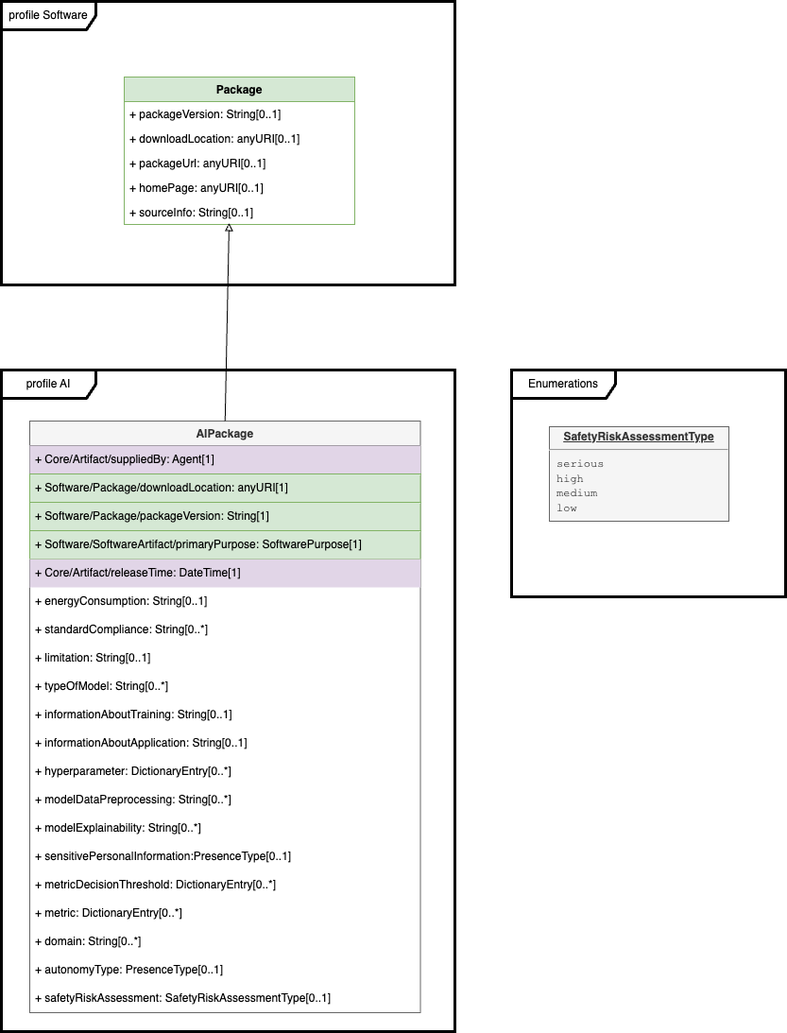
Above: model AI.png in spdx/spdx-3-model (draw.io), before the change. Source tidied: cells renumbered, new cells last; positions are measured from the earlier drawing's top-left corner, leaving out a move shared by most shapes.
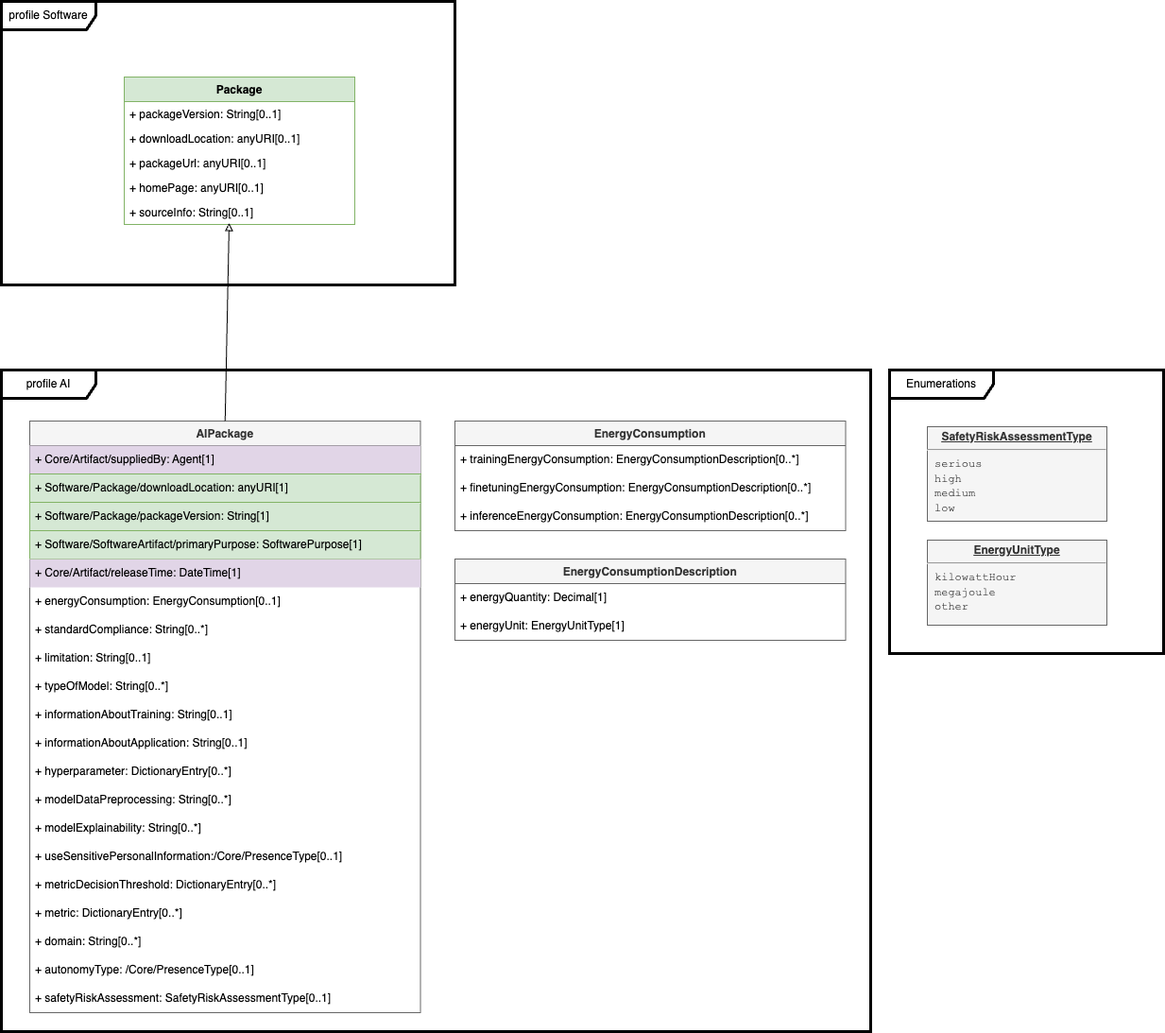
After the commit.

Diff of the diagram source:
```diff
@@ -24,7 +24,7 @@
       <mxGeometry y="130" width="244" height="26" as="geometry" />
     </mxCell>
     <mxCell id="9" value="profile AI" style="shape=umlFrame;whiteSpace=wrap;html=1;width=100;height=30;strokeWidth=3;" parent="1" vertex="1">
-      <mxGeometry y="390" width="480" height="700" as="geometry" />
+      <mxGeometry y="390" width="920" height="700" as="geometry" />
     </mxCell>
     <mxCell id="10" value="AIPackage" style="swimlane;fontStyle=1;horizontal=1;startSize=26;fillColor=#f5f5f5;strokeColor=#666666;fontColor=#333333;" parent="1" vertex="1">
       <mxGeometry x="30" y="444" width="413.5" height="626" as="geometry" />
@@ -44,7 +44,7 @@
     <mxCell id="15" value="+ Core/Artifact/releaseTime: DateTime[1]" style="text;strokeColor=none;fillColor=#E1D5E7;align=left;verticalAlign=middle;spacingLeft=4;spacingRight=4;overflow=hidden;whiteSpace=wrap;html=1;" parent="10" vertex="1">
       <mxGeometry y="146" width="413.5" height="30" as="geometry" />
     </mxCell>
-    <mxCell id="16" value="+ energyConsumption: String[0..1]" style="text;strokeColor=none;fillColor=none;align=left;verticalAlign=middle;spacingLeft=4;spacingRight=4;overflow=hidden;whiteSpace=wrap;html=1;" parent="10" vertex="1">
+    <mxCell id="16" value="+ energyConsumption: EnergyConsumption[0..1]" style="text;strokeColor=none;fillColor=none;align=left;verticalAlign=middle;spacingLeft=4;spacingRight=4;overflow=hidden;whiteSpace=wrap;html=1;" parent="10" vertex="1">
       <mxGeometry y="176" width="413.5" height="30" as="geometry" />
     </mxCell>
     <mxCell id="17" value="+ standardCompliance: String[0..*]" style="text;strokeColor=none;fillColor=none;align=left;verticalAlign=middle;spacingLeft=4;spacingRight=4;overflow=hidden;whiteSpace=wrap;html=1;" parent="10" vertex="1">
@@ -71,7 +71,7 @@
     <mxCell id="24" value="+ modelExplainability: String[0..*]" style="text;strokeColor=none;fillColor=none;align=left;verticalAlign=middle;spacingLeft=4;spacingRight=4;overflow=hidden;whiteSpace=wrap;html=1;" parent="10" vertex="1">
       <mxGeometry y="416" width="413.5" height="30" as="geometry" />
     </mxCell>
-    <mxCell id="25" value="+ sensitivePersonalInformation:PresenceType[0..1]" style="text;strokeColor=none;fillColor=none;align=left;verticalAlign=middle;spacingLeft=4;spacingRight=4;overflow=hidden;whiteSpace=wrap;html=1;" parent="10" vertex="1">
+    <mxCell id="25" value="+ useSensitivePersonalInformation:/Core/PresenceType[0..1]" style="text;strokeColor=none;fillColor=none;align=left;verticalAlign=middle;spacingLeft=4;spacingRight=4;overflow=hidden;whiteSpace=wrap;html=1;" parent="10" vertex="1">
       <mxGeometry y="446" width="413.5" height="30" as="geometry" />
     </mxCell>
     <mxCell id="26" value="+ metricDecisionThreshold: DictionaryEntry[0..*]" style="text;strokeColor=none;fillColor=none;align=left;verticalAlign=middle;spacingLeft=4;spacingRight=4;overflow=hidden;whiteSpace=wrap;html=1;" parent="10" vertex="1">
@@ -83,7 +83,7 @@
     <mxCell id="28" value="+ domain: String[0..*]" style="text;strokeColor=none;fillColor=none;align=left;verticalAlign=middle;spacingLeft=4;spacingRight=4;overflow=hidden;whiteSpace=wrap;html=1;" parent="10" vertex="1">
       <mxGeometry y="536" width="413.5" height="30" as="geometry" />
     </mxCell>
-    <mxCell id="29" value="+ autonomyType: PresenceType[0..1]" style="text;strokeColor=none;fillColor=none;align=left;verticalAlign=middle;spacingLeft=4;spacingRight=4;overflow=hidden;whiteSpace=wrap;html=1;" parent="10" vertex="1">
+    <mxCell id="29" value="+ autonomyType: /Core/PresenceType[0..1]" style="text;strokeColor=none;fillColor=none;align=left;verticalAlign=middle;spacingLeft=4;spacingRight=4;overflow=hidden;whiteSpace=wrap;html=1;" parent="10" vertex="1">
       <mxGeometry y="566" width="413.5" height="30" as="geometry" />
     </mxCell>
     <mxCell id="30" value="+ safetyRiskAssessment: SafetyRiskAssessmentType[0..1]" style="text;strokeColor=none;fillColor=none;align=left;verticalAlign=middle;spacingLeft=4;spacingRight=4;overflow=hidden;whiteSpace=wrap;html=1;" parent="10" vertex="1">
@@ -93,10 +93,34 @@
       <mxGeometry relative="1" as="geometry" />
     </mxCell>
     <mxCell id="32" value="Enumerations" style="shape=umlFrame;whiteSpace=wrap;html=1;width=110;height=30;strokeWidth=3;" parent="1" vertex="1">
-      <mxGeometry x="540" y="390" width="290" height="240" as="geometry" />
+      <mxGeometry x="940" y="390" width="290" height="300" as="geometry" />
     </mxCell>
     <mxCell id="33" value="&lt;p style=&quot;margin: 0px ; margin-top: 4px ; text-align: center ; text-decoration: underline&quot;&gt;&lt;b&gt;SafetyRiskAssessmentType&lt;/b&gt;&lt;/p&gt;&lt;hr&gt;&lt;p style=&quot;margin: 0px ; margin-left: 8px&quot;&gt;&lt;font face=&quot;Courier New&quot;&gt;serious&lt;/font&gt;&lt;/p&gt;&lt;p style=&quot;margin: 0px ; margin-left: 8px&quot;&gt;&lt;font face=&quot;Courier New&quot;&gt;high&lt;/font&gt;&lt;/p&gt;&lt;p style=&quot;margin: 0px ; margin-left: 8px&quot;&gt;&lt;font face=&quot;Courier New&quot;&gt;medium&lt;/font&gt;&lt;/p&gt;&lt;p style=&quot;margin: 0px ; margin-left: 8px&quot;&gt;&lt;font face=&quot;Courier New&quot;&gt;low&lt;/font&gt;&lt;/p&gt;" style="verticalAlign=top;align=left;overflow=fill;fontSize=12;fontFamily=Helvetica;html=1;fillColor=#f5f5f5;strokeColor=#666666;fontColor=#333333;" parent="1" vertex="1">
-      <mxGeometry x="580" y="450" width="190" height="100" as="geometry" />
+      <mxGeometry x="980" y="450" width="190" height="100" as="geometry" />
     </mxCell>
+    <mxCell id="34" value="EnergyConsumption" style="swimlane;fontStyle=1;horizontal=1;startSize=26;fillColor=#f5f5f5;strokeColor=#666666;fontColor=#333333;" parent="1" vertex="1">
+      <mxGeometry x="480" y="444" width="413.5" height="116" as="geometry" />
+    </mxCell>
+    <mxCell id="35" value="+ trainingEnergyConsumption: EnergyConsumptionDescription[0..*]" style="text;strokeColor=none;fillColor=none;align=left;verticalAlign=middle;spacingLeft=4;spacingRight=4;overflow=hidden;whiteSpace=wrap;html=1;" parent="34" vertex="1">
+      <mxGeometry y="26" width="413.5" height="30" as="geometry" />
+    </mxCell>
+    <mxCell id="36" value="+ finetuningEnergyConsumption: EnergyConsumptionDescription[0..*]" style="text;strokeColor=none;fillColor=none;align=left;verticalAlign=middle;spacingLeft=4;spacingRight=4;overflow=hidden;whiteSpace=wrap;html=1;" parent="34" vertex="1">
+      <mxGeometry y="56" width="413.5" height="30" as="geometry" />
+    </mxCell>
+    <mxCell id="37" value="+ inferenceEnergyConsumption: EnergyConsumptionDescription[0..*]" style="text;strokeColor=none;fillColor=none;align=left;verticalAlign=middle;spacingLeft=4;spacingRight=4;overflow=hidden;whiteSpace=wrap;html=1;" parent="34" vertex="1">
+      <mxGeometry y="86" width="413.5" height="30" as="geometry" />
+    </mxCell>
+    <mxCell id="38" value="EnergyConsumptionDescription" style="swimlane;fontStyle=1;horizontal=1;startSize=26;fillColor=#f5f5f5;strokeColor=#666666;fontColor=#333333;" parent="1" vertex="1">
+      <mxGeometry x="480" y="590" width="413.5" height="86" as="geometry" />
+    </mxCell>
+    <mxCell id="39" value="+ energyQuantity: Decimal[1]" style="text;strokeColor=none;fillColor=none;align=left;verticalAlign=middle;spacingLeft=4;spacingRight=4;overflow=hidden;whiteSpace=wrap;html=1;" parent="38" vertex="1">
+      <mxGeometry y="26" width="413.5" height="30" as="geometry" />
+    </mxCell>
+    <mxCell id="40" value="+ energyUnit: EnergyUnitType[1]" style="text;strokeColor=none;fillColor=none;align=left;verticalAlign=middle;spacingLeft=4;spacingRight=4;overflow=hidden;whiteSpace=wrap;html=1;" parent="38" vertex="1">
+      <mxGeometry y="56" width="413.5" height="30" as="geometry" />
+    </mxCell>
+    <mxCell id="41" value="&lt;p style=&quot;margin: 0px ; margin-top: 4px ; text-align: center ; text-decoration: underline&quot;&gt;&lt;b&gt;EnergyUnitType&lt;/b&gt;&lt;/p&gt;&lt;hr&gt;&lt;p style=&quot;margin: 0px ; margin-left: 8px&quot;&gt;&lt;font face=&quot;Courier New&quot;&gt;kilowattHour&lt;/font&gt;&lt;/p&gt;&lt;p style=&quot;margin: 0px ; margin-left: 8px&quot;&gt;&lt;font face=&quot;Courier New&quot;&gt;megajoule&lt;/font&gt;&lt;/p&gt;&lt;p style=&quot;margin: 0px ; margin-left: 8px&quot;&gt;&lt;font face=&quot;Courier New&quot;&gt;other&lt;/font&gt;&lt;/p&gt;" style="verticalAlign=top;align=left;overflow=fill;fontSize=12;fontFamily=Helvetica;html=1;fillColor=#f5f5f5;strokeColor=#666666;fontColor=#333333;" parent="1" vertex="1">
+      <mxGeometry x="980" y="570" width="190" height="90" as="geometry" />
+    </mxCell>
   </root>
 </mxGraphModel>
```
